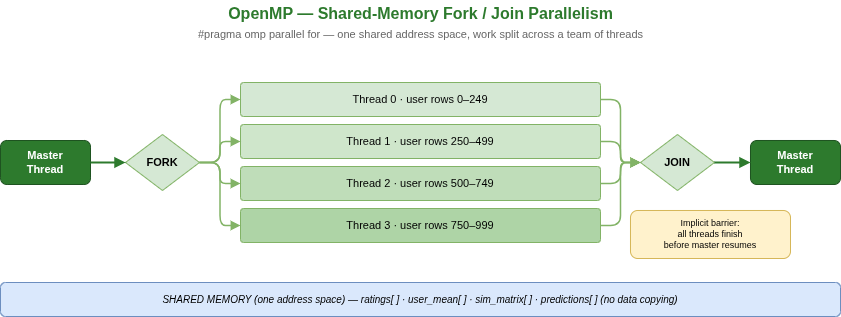
Earlier version of the draw.io export analysis_diagrams/drawio/png/diagram_02_openmp.png (Ashfaq-Riyaldeen/hpc-mine). Source tidied: cells renumbered, new cells last; positions are measured from the earlier drawing's top-left corner, leaving out a move shared by most shapes. Its diagram source:
```xml
<mxGraphModel>
  <root>
    <mxCell id="0" />
    <mxCell id="1" parent="0" />
    <mxCell id="2" value="OpenMP — Shared-Memory Fork / Join Parallelism" style="text;html=1;align=center;verticalAlign=middle;fontStyle=1;fontSize=16;fontColor=#2d7a2d;" parent="1" vertex="1">
      <mxGeometry x="120" width="600" height="26" as="geometry" />
    </mxCell>
    <mxCell id="3" value="#pragma omp parallel for — one shared address space, work split across a team of threads" style="text;html=1;align=center;verticalAlign=middle;fontSize=11;fontColor=#666666;" parent="1" vertex="1">
      <mxGeometry x="120" y="24" width="600" height="20" as="geometry" />
    </mxCell>
    <mxCell id="4" value="Master&#10;Thread" style="rounded=1;whiteSpace=wrap;html=1;fillColor=#2d7a2d;strokeColor=#1e5320;fontColor=#ffffff;fontSize=11;fontStyle=1;verticalAlign=middle;" parent="1" vertex="1">
      <mxGeometry y="140" width="90" height="44" as="geometry" />
    </mxCell>
    <mxCell id="5" value="FORK" style="rhombus;whiteSpace=wrap;html=1;fillColor=#d5e8d4;strokeColor=#82b366;fontSize=11;fontStyle=1;verticalAlign=middle;" parent="1" vertex="1">
      <mxGeometry x="125" y="134" width="74" height="56" as="geometry" />
    </mxCell>
    <mxCell id="6" value="Thread 0  ·  user rows 0–249" style="rounded=1;whiteSpace=wrap;html=1;fillColor=#d5e8d4;strokeColor=#82b366;fontSize=11;arcSize=10;verticalAlign=middle;" parent="1" vertex="1">
      <mxGeometry x="240" y="82" width="360" height="34" as="geometry" />
    </mxCell>
    <mxCell id="7" value="Thread 1  ·  user rows 250–499" style="rounded=1;whiteSpace=wrap;html=1;fillColor=#cfe6cb;strokeColor=#82b366;fontSize=11;arcSize=10;verticalAlign=middle;" parent="1" vertex="1">
      <mxGeometry x="240" y="124" width="360" height="34" as="geometry" />
    </mxCell>
    <mxCell id="8" value="Thread 2  ·  user rows 500–749" style="rounded=1;whiteSpace=wrap;html=1;fillColor=#bfddb9;strokeColor=#82b366;fontSize=11;arcSize=10;verticalAlign=middle;" parent="1" vertex="1">
      <mxGeometry x="240" y="166" width="360" height="34" as="geometry" />
    </mxCell>
    <mxCell id="9" value="Thread 3  ·  user rows 750–999" style="rounded=1;whiteSpace=wrap;html=1;fillColor=#aed4a6;strokeColor=#82b366;fontSize=11;arcSize=10;verticalAlign=middle;" parent="1" vertex="1">
      <mxGeometry x="240" y="208" width="360" height="34" as="geometry" />
    </mxCell>
    <mxCell id="10" value="JOIN" style="rhombus;whiteSpace=wrap;html=1;fillColor=#d5e8d4;strokeColor=#82b366;fontSize=11;fontStyle=1;verticalAlign=middle;" parent="1" vertex="1">
      <mxGeometry x="640" y="134" width="74" height="56" as="geometry" />
    </mxCell>
    <mxCell id="11" value="Master&#10;Thread" style="rounded=1;whiteSpace=wrap;html=1;fillColor=#2d7a2d;strokeColor=#1e5320;fontColor=#ffffff;fontSize=11;fontStyle=1;verticalAlign=middle;" parent="1" vertex="1">
      <mxGeometry x="750" y="140" width="90" height="44" as="geometry" />
    </mxCell>
    <mxCell id="12" style="edgeStyle=orthogonalEdgeStyle;rounded=0;html=1;endArrow=block;endFill=1;strokeWidth=2;strokeColor=#2d7a2d;" parent="1" edge="1" source="4" target="5">
      <mxGeometry relative="1" as="geometry" />
    </mxCell>
    <mxCell id="13" style="edgeStyle=orthogonalEdgeStyle;rounded=1;html=1;endArrow=block;endFill=1;strokeWidth=1.5;strokeColor=#82b366;exitX=1;exitY=0.5;entryX=0;entryY=0.5;" parent="1" edge="1" source="5" target="6">
      <mxGeometry relative="1" as="geometry" />
    </mxCell>
    <mxCell id="14" style="edgeStyle=orthogonalEdgeStyle;rounded=1;html=1;endArrow=block;endFill=1;strokeWidth=1.5;strokeColor=#82b366;exitX=1;exitY=0.5;entryX=0;entryY=0.5;" parent="1" edge="1" source="5" target="7">
      <mxGeometry relative="1" as="geometry" />
    </mxCell>
    <mxCell id="15" style="edgeStyle=orthogonalEdgeStyle;rounded=1;html=1;endArrow=block;endFill=1;strokeWidth=1.5;strokeColor=#82b366;exitX=1;exitY=0.5;entryX=0;entryY=0.5;" parent="1" edge="1" source="5" target="8">
      <mxGeometry relative="1" as="geometry" />
    </mxCell>
    <mxCell id="16" style="edgeStyle=orthogonalEdgeStyle;rounded=1;html=1;endArrow=block;endFill=1;strokeWidth=1.5;strokeColor=#82b366;exitX=1;exitY=0.5;entryX=0;entryY=0.5;" parent="1" edge="1" source="5" target="9">
      <mxGeometry relative="1" as="geometry" />
    </mxCell>
    <mxCell id="17" style="edgeStyle=orthogonalEdgeStyle;rounded=1;html=1;endArrow=block;endFill=1;strokeWidth=1.5;strokeColor=#82b366;exitX=1;exitY=0.5;entryX=0;entryY=0.5;" parent="1" edge="1" source="6" target="10">
      <mxGeometry relative="1" as="geometry" />
    </mxCell>
    <mxCell id="18" style="edgeStyle=orthogonalEdgeStyle;rounded=1;html=1;endArrow=block;endFill=1;strokeWidth=1.5;strokeColor=#82b366;exitX=1;exitY=0.5;entryX=0;entryY=0.5;" parent="1" edge="1" source="7" target="10">
      <mxGeometry relative="1" as="geometry" />
    </mxCell>
    <mxCell id="19" style="edgeStyle=orthogonalEdgeStyle;rounded=1;html=1;endArrow=block;endFill=1;strokeWidth=1.5;strokeColor=#82b366;exitX=1;exitY=0.5;entryX=0;entryY=0.5;" parent="1" edge="1" source="8" target="10">
      <mxGeometry relative="1" as="geometry" />
    </mxCell>
    <mxCell id="20" style="edgeStyle=orthogonalEdgeStyle;rounded=1;html=1;endArrow=block;endFill=1;strokeWidth=1.5;strokeColor=#82b366;exitX=1;exitY=0.5;entryX=0;entryY=0.5;" parent="1" edge="1" source="9" target="10">
      <mxGeometry relative="1" as="geometry" />
    </mxCell>
    <mxCell id="21" style="edgeStyle=orthogonalEdgeStyle;rounded=0;html=1;endArrow=block;endFill=1;strokeWidth=2;strokeColor=#2d7a2d;" parent="1" edge="1" source="10" target="11">
      <mxGeometry relative="1" as="geometry" />
    </mxCell>
    <mxCell id="22" value="Implicit barrier:&#10;all threads finish&#10;before master resumes" style="rounded=1;whiteSpace=wrap;html=1;fillColor=#fff2cc;strokeColor=#d6b656;fontSize=9;verticalAlign=middle;" parent="1" vertex="1">
      <mxGeometry x="630" y="210" width="160" height="48" as="geometry" />
    </mxCell>
    <mxCell id="23" value="SHARED MEMORY (one address space)   —   ratings[ ]   ·   user_mean[ ]   ·   sim_matrix[ ]   ·   predictions[ ]   (no data copying)" style="rounded=1;whiteSpace=wrap;html=1;fillColor=#dae8fc;strokeColor=#6c8ebf;fontSize=10;fontStyle=2;verticalAlign=middle;" parent="1" vertex="1">
      <mxGeometry y="282" width="840" height="34" as="geometry" />
    </mxCell>
  </root>
</mxGraphModel>
```
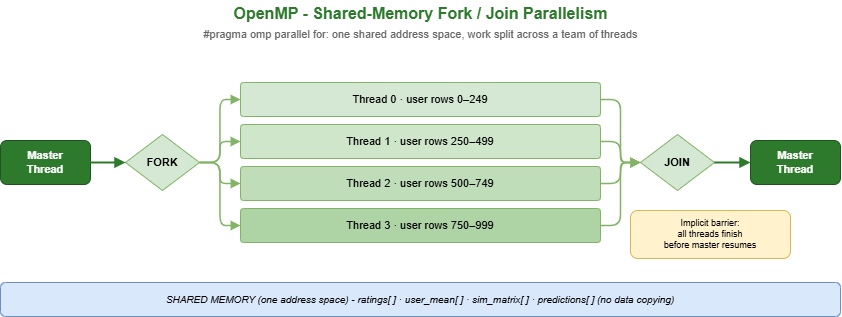
After the commit.

What changed in the source:
```diff
@@ -2,10 +2,10 @@
   <root>
     <mxCell id="0" />
     <mxCell id="1" parent="0" />
-    <mxCell id="2" value="OpenMP — Shared-Memory Fork / Join Parallelism" style="text;html=1;align=center;verticalAlign=middle;fontStyle=1;fontSize=16;fontColor=#2d7a2d;" parent="1" vertex="1">
+    <mxCell id="2" value="OpenMP - Shared-Memory Fork / Join Parallelism" style="text;html=1;align=center;verticalAlign=middle;fontStyle=1;fontSize=16;fontColor=#2d7a2d;" parent="1" vertex="1">
       <mxGeometry x="120" width="600" height="26" as="geometry" />
     </mxCell>
-    <mxCell id="3" value="#pragma omp parallel for — one shared address space, work split across a team of threads" style="text;html=1;align=center;verticalAlign=middle;fontSize=11;fontColor=#666666;" parent="1" vertex="1">
+    <mxCell id="3" value="#pragma omp parallel for: one shared address space, work split across a team of threads" style="text;html=1;align=center;verticalAlign=middle;fontSize=11;fontColor=#666666;" parent="1" vertex="1">
       <mxGeometry x="120" y="24" width="600" height="20" as="geometry" />
     </mxCell>
     <mxCell id="4" value="Master&#10;Thread" style="rounded=1;whiteSpace=wrap;html=1;fillColor=#2d7a2d;strokeColor=#1e5320;fontColor=#ffffff;fontSize=11;fontStyle=1;verticalAlign=middle;" parent="1" vertex="1">
@@ -65,7 +65,7 @@
     <mxCell id="22" value="Implicit barrier:&#10;all threads finish&#10;before master resumes" style="rounded=1;whiteSpace=wrap;html=1;fillColor=#fff2cc;strokeColor=#d6b656;fontSize=9;verticalAlign=middle;" parent="1" vertex="1">
       <mxGeometry x="630" y="210" width="160" height="48" as="geometry" />
     </mxCell>
-    <mxCell id="23" value="SHARED MEMORY (one address space)   —   ratings[ ]   ·   user_mean[ ]   ·   sim_matrix[ ]   ·   predictions[ ]   (no data copying)" style="rounded=1;whiteSpace=wrap;html=1;fillColor=#dae8fc;strokeColor=#6c8ebf;fontSize=10;fontStyle=2;verticalAlign=middle;" parent="1" vertex="1">
+    <mxCell id="23" value="SHARED MEMORY (one address space) - ratings[ ]   ·   user_mean[ ]   ·   sim_matrix[ ]   ·   predictions[ ]   (no data copying)" style="rounded=1;whiteSpace=wrap;html=1;fillColor=#dae8fc;strokeColor=#6c8ebf;fontSize=10;fontStyle=2;verticalAlign=middle;" parent="1" vertex="1">
       <mxGeometry y="282" width="840" height="34" as="geometry" />
     </mxCell>
   </root>
```
